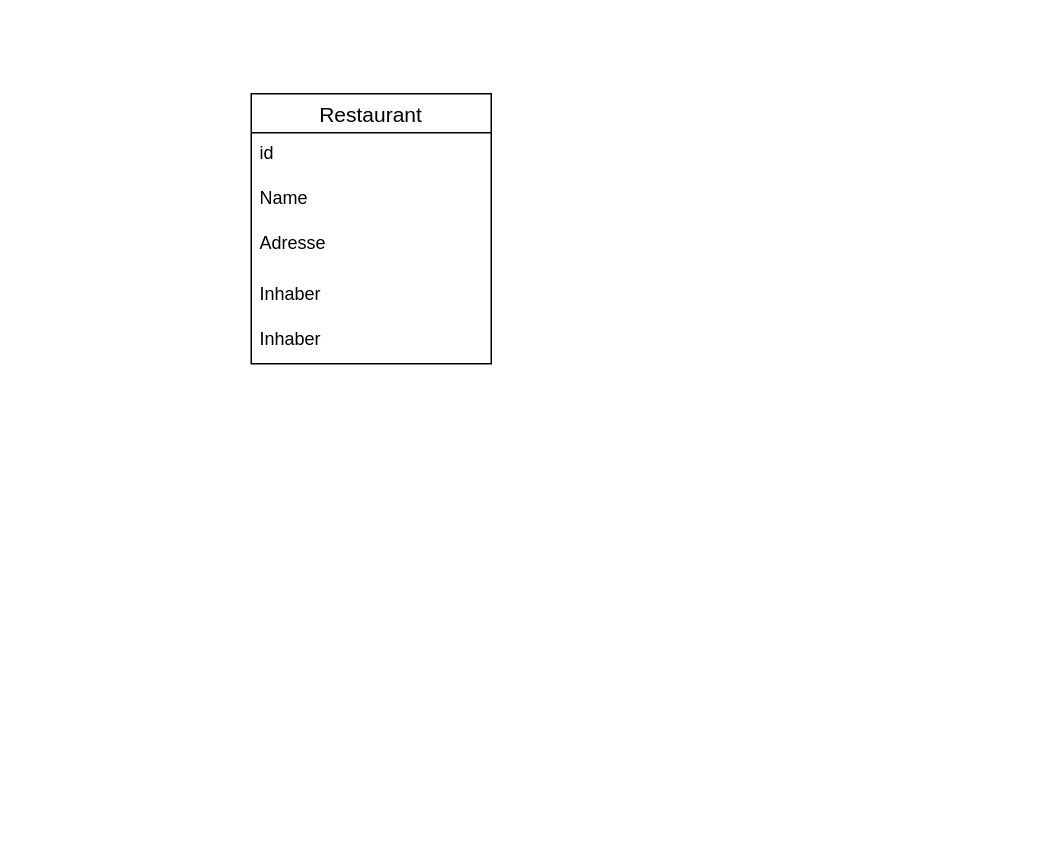
Before: DataModel.drawio in fbubeck/BDS, a draw.io diagram. Source tidied: cells renumbered, new cells numbered last; positions are measured from the earlier drawing's top-left corner, leaving out a move shared by most shapes. Both pictures are drawn from the tidied source at 150%, with x=0, y=0 at pixel (250, 93).
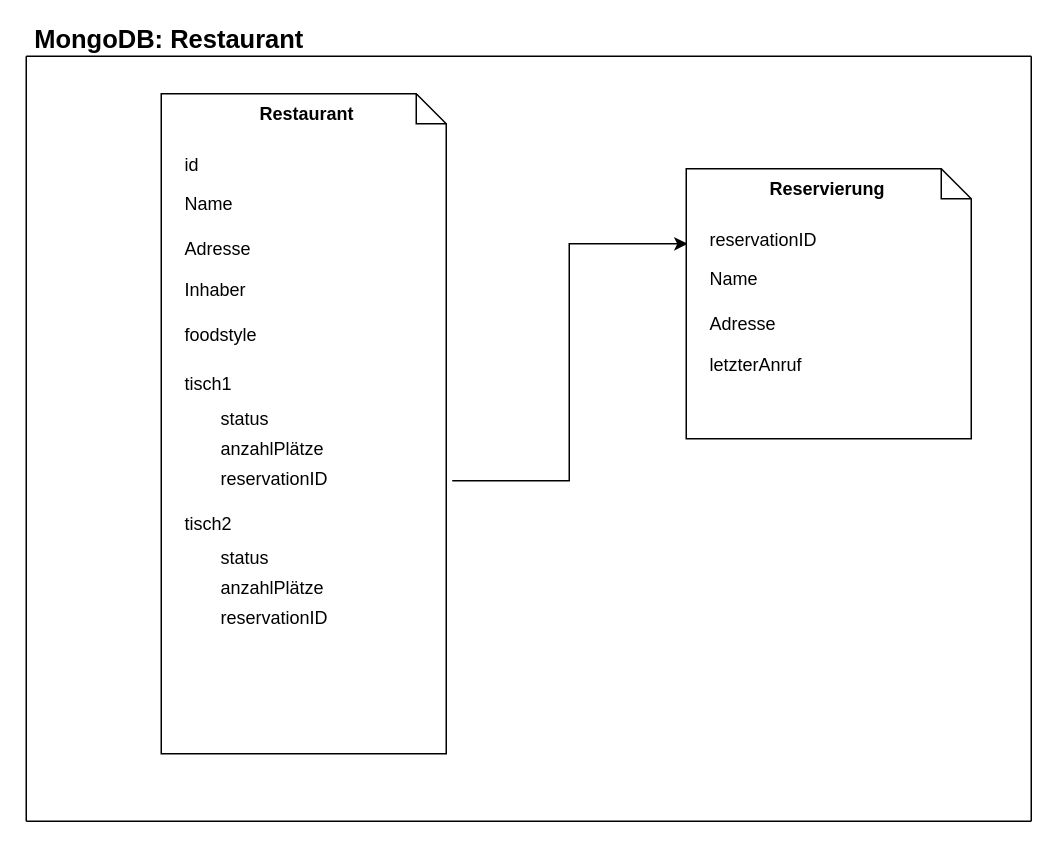
Above is the later version.

Change to the diagram source:
```diff
@@
+    <mxCell id="8" value="&lt;p&gt;&lt;br&gt;&lt;/p&gt;" style="shape=note;size=20;whiteSpace=wrap;html=1;align=center;" parent="1" vertex="1">
+      <mxGeometry x="-60" width="190" height="440" as="geometry" />
+    </mxCell>
+    <mxCell id="9" value="Adresse" style="text;strokeColor=none;fillColor=none;spacingLeft=4;spacingRight=4;overflow=hidden;fontSize=12;" parent="1" vertex="1">
+      <mxGeometry x="-50" y="90" width="160" height="34" as="geometry" />
+    </mxCell>
+    <mxCell id="3" value="id" style="text;strokeColor=none;fillColor=none;spacingLeft=4;spacingRight=4;overflow=hidden;fontSize=12;" parent="1" vertex="1">
+      <mxGeometry x="-50" y="34" width="160" height="30" as="geometry" />
+    </mxCell>
+    <mxCell id="10" value="Name" style="text;strokeColor=none;fillColor=none;spacingLeft=4;spacingRight=4;overflow=hidden;fontSize=12;" parent="1" vertex="1">
+      <mxGeometry x="-50" y="60" width="160" height="30" as="geometry" />
+    </mxCell>
+    <mxCell id="11" value="Inhaber" style="text;strokeColor=none;fillColor=none;spacingLeft=4;spacingRight=4;overflow=hidden;fontSize=12;" parent="1" vertex="1">
+      <mxGeometry x="-50" y="117" width="160" height="30" as="geometry" />
+    </mxCell>
+    <mxCell id="12" value="tisch1" style="text;strokeColor=none;fillColor=none;spacingLeft=4;spacingRight=4;overflow=hidden;fontSize=12;" parent="1" vertex="1">
+      <mxGeometry x="-50" y="180" width="160" height="30" as="geometry" />
+    </mxCell>
+    <mxCell id="13" value="status" style="text;strokeColor=none;fillColor=none;spacingLeft=4;spacingRight=4;overflow=hidden;fontSize=12;" parent="1" vertex="1">
+      <mxGeometry x="-26" y="203" width="160" height="30" as="geometry" />
+    </mxCell>
-    <mxCell id="2" value="Restaurant" style="swimlane;fontStyle=0;horizontal=1;startSize=26;align=center;fontSize=14;" parent="1" vertex="1">
-      <mxGeometry width="160" height="180" as="geometry" />
+    <mxCell id="2" value="Restaurant" style="text;strokeColor=none;fillColor=none;spacingLeft=4;spacingRight=4;overflow=hidden;fontSize=12;fontStyle=1;" parent="1" vertex="1">
+      <mxGeometry width="80" height="34" as="geometry" />
     </mxCell>
-    <mxCell id="3" value="id" style="text;strokeColor=none;fillColor=none;spacingLeft=4;spacingRight=4;overflow=hidden;fontSize=12;" parent="2" vertex="1">
-      <mxGeometry y="26" width="160" height="30" as="geometry" />
-    </mxCell>
-    <mxCell id="4" value="Name" style="text;strokeColor=none;fillColor=none;spacingLeft=4;spacingRight=4;overflow=hidden;fontSize=12;" parent="2" vertex="1">
-      <mxGeometry y="56" width="160" height="30" as="geometry" />
-    </mxCell>
-    <mxCell id="5" value="Adresse" style="text;strokeColor=none;fillColor=none;spacingLeft=4;spacingRight=4;overflow=hidden;fontSize=12;" parent="2" vertex="1">
-      <mxGeometry y="86" width="160" height="34" as="geometry" />
-    </mxCell>
-    <mxCell id="6" value="Inhaber" style="text;strokeColor=none;fillColor=none;spacingLeft=4;spacingRight=4;overflow=hidden;fontSize=12;" parent="2" vertex="1">
-      <mxGeometry y="120" width="160" height="30" as="geometry" />
-    </mxCell>
-    <mxCell id="7" value="Inhaber" style="text;strokeColor=none;fillColor=none;spacingLeft=4;spacingRight=4;overflow=hidden;fontSize=12;" parent="2" vertex="1">
-      <mxGeometry y="150" width="160" height="30" as="geometry" />
-    </mxCell>
+    <mxCell id="14" value="anzahlPlätze" style="text;strokeColor=none;fillColor=none;spacingLeft=4;spacingRight=4;overflow=hidden;fontSize=12;" parent="1" vertex="1">
+      <mxGeometry x="-26" y="223" width="160" height="30" as="geometry" />
+    </mxCell>
+    <mxCell id="15" style="edgeStyle=orthogonalEdgeStyle;rounded=0;jettySize=auto;html=1;entryX=0.005;entryY=0.278;entryDx=0;entryDy=0;entryPerimeter=0;" parent="1" edge="1" source="16" target="22">
+      <mxGeometry relative="1" as="geometry" />
+    </mxCell>
+    <mxCell id="16" value="reservationID" style="text;strokeColor=none;fillColor=none;spacingLeft=4;spacingRight=4;overflow=hidden;points=[[0,0.5],[1,0.5]];portConstraint=eastwest;fontSize=12;" parent="1" vertex="1">
+      <mxGeometry x="-26" y="243" width="160" height="30" as="geometry" />
+    </mxCell>
+    <mxCell id="17" value="tisch2" style="text;strokeColor=none;fillColor=none;spacingLeft=4;spacingRight=4;overflow=hidden;fontSize=12;" parent="1" vertex="1">
+      <mxGeometry x="-50" y="273" width="160" height="30" as="geometry" />
+    </mxCell>
+    <mxCell id="18" value="status" style="text;strokeColor=none;fillColor=none;spacingLeft=4;spacingRight=4;overflow=hidden;fontSize=12;" parent="1" vertex="1">
+      <mxGeometry x="-26" y="296" width="160" height="30" as="geometry" />
+    </mxCell>
+    <mxCell id="19" value="anzahlPlätze" style="text;strokeColor=none;fillColor=none;spacingLeft=4;spacingRight=4;overflow=hidden;fontSize=12;" parent="1" vertex="1">
+      <mxGeometry x="-26" y="316" width="160" height="30" as="geometry" />
+    </mxCell>
+    <mxCell id="20" value="reservationID" style="text;strokeColor=none;fillColor=none;spacingLeft=4;spacingRight=4;overflow=hidden;fontSize=12;" parent="1" vertex="1">
+      <mxGeometry x="-26" y="336" width="160" height="30" as="geometry" />
+    </mxCell>
+    <mxCell id="21" value="foodstyle" style="text;strokeColor=none;fillColor=none;spacingLeft=4;spacingRight=4;overflow=hidden;fontSize=12;" parent="1" vertex="1">
+      <mxGeometry x="-50" y="147" width="160" height="30" as="geometry" />
+    </mxCell>
+    <mxCell id="22" value="&lt;p&gt;&lt;br&gt;&lt;/p&gt;" style="shape=note;size=20;whiteSpace=wrap;html=1;align=center;" parent="1" vertex="1">
+      <mxGeometry x="290" y="50" width="190" height="180" as="geometry" />
+    </mxCell>
+    <mxCell id="23" value="Adresse" style="text;strokeColor=none;fillColor=none;spacingLeft=4;spacingRight=4;overflow=hidden;fontSize=12;" parent="1" vertex="1">
+      <mxGeometry x="300" y="140" width="160" height="34" as="geometry" />
+    </mxCell>
+    <mxCell id="24" value="reservationID" style="text;strokeColor=none;fillColor=none;spacingLeft=4;spacingRight=4;overflow=hidden;fontSize=12;" parent="1" vertex="1">
+      <mxGeometry x="300" y="84" width="160" height="30" as="geometry" />
+    </mxCell>
+    <mxCell id="25" value="Name" style="text;strokeColor=none;fillColor=none;spacingLeft=4;spacingRight=4;overflow=hidden;fontSize=12;" parent="1" vertex="1">
+      <mxGeometry x="300" y="110" width="160" height="30" as="geometry" />
+    </mxCell>
+    <mxCell id="26" value="letzterAnruf" style="text;strokeColor=none;fillColor=none;spacingLeft=4;spacingRight=4;overflow=hidden;fontSize=12;" parent="1" vertex="1">
+      <mxGeometry x="300" y="167" width="160" height="30" as="geometry" />
+    </mxCell>
+    <mxCell id="27" value="Reservierung" style="text;strokeColor=none;fillColor=none;spacingLeft=4;spacingRight=4;overflow=hidden;fontSize=12;fontStyle=1;" parent="1" vertex="1">
+      <mxGeometry x="340" y="50" width="90" height="34" as="geometry" />
+    </mxCell>
+    <mxCell id="28" value="&lt;b&gt;&lt;font style=&quot;font-size: 17px&quot;&gt;MongoDB: Restaurant&lt;/font&gt;&lt;/b&gt;" style="text;html=1;align=center;verticalAlign=middle;" parent="1" vertex="1">
+      <mxGeometry x="-150" y="-45" width="190" height="20" as="geometry" />
+    </mxCell>
+    <mxCell id="29" style="endArrow=none;html=1;" parent="1" edge="1">
+      <mxGeometry relative="1" as="geometry">
+        <mxPoint x="-150" y="-25" as="sourcePoint" />
+        <mxPoint x="520" y="-25" as="targetPoint" />
+      </mxGeometry>
+    </mxCell>
+    <mxCell id="30" style="endArrow=none;html=1;" parent="1" edge="1">
+      <mxGeometry relative="1" as="geometry">
+        <mxPoint x="-150" y="485" as="sourcePoint" />
+        <mxPoint x="520" y="485" as="targetPoint" />
+      </mxGeometry>
+    </mxCell>
+    <mxCell id="31" style="endArrow=none;html=1;" parent="1" edge="1">
+      <mxGeometry relative="1" as="geometry">
+        <mxPoint x="-150" y="-25" as="sourcePoint" />
+        <mxPoint x="-150" y="485" as="targetPoint" />
+      </mxGeometry>
+    </mxCell>
+    <mxCell id="32" style="endArrow=none;html=1;" parent="1" edge="1">
+      <mxGeometry relative="1" as="geometry">
+        <mxPoint x="520" y="485" as="sourcePoint" />
+        <mxPoint x="520" y="-25" as="targetPoint" />
+      </mxGeometry>
+    </mxCell>
```
